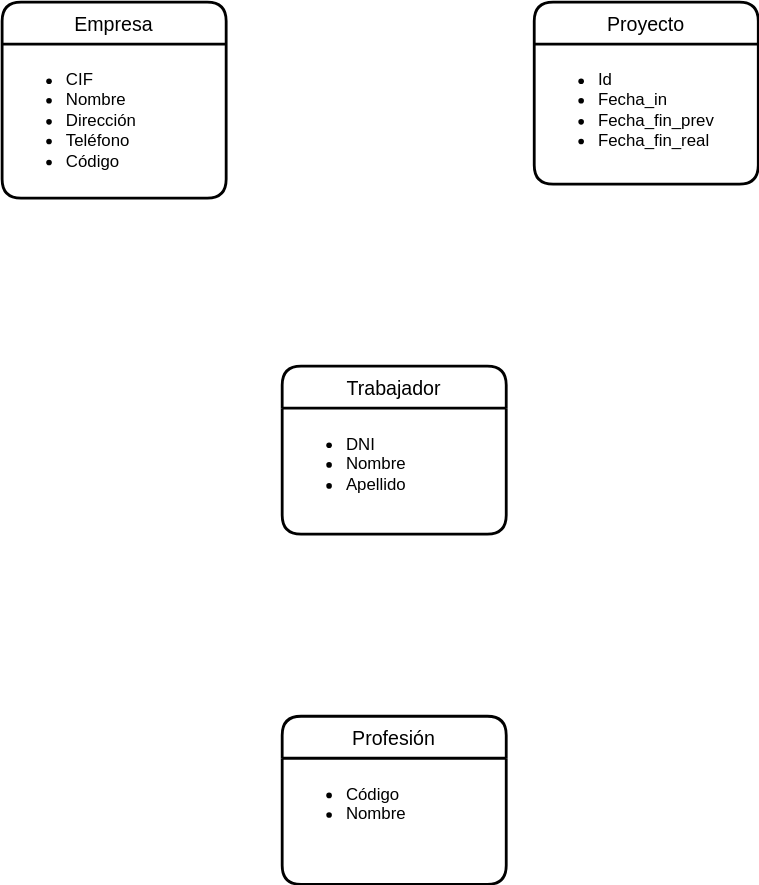
The draw.io diagram UD12-12.svg in Jimxx22/C3-UD11-UML, before a commit. Source tidied: cells renumbered, new cells last; positions are measured from the earlier drawing's top-left corner, leaving out a move shared by most shapes.
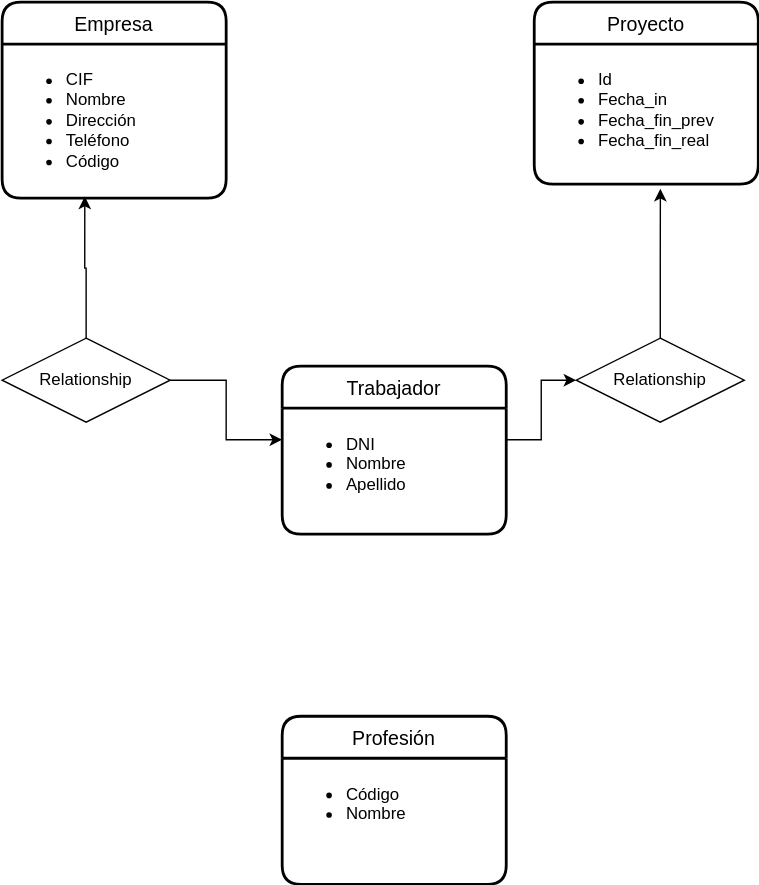
After the commit.

Change to the diagram source:
```diff
@@ -26,5 +26,23 @@
     <mxCell id="9" value="&lt;ul&gt;&lt;li&gt;Código&lt;/li&gt;&lt;li&gt;Nombre&lt;/li&gt;&lt;/ul&gt;" style="align=left;strokeColor=none;fillColor=none;spacingLeft=4;fontSize=12;verticalAlign=top;html=1;" parent="8" vertex="1">
       <mxGeometry y="30" width="160" height="90" as="geometry" />
     </mxCell>
+    <mxCell id="10" style="edgeStyle=orthogonalEdgeStyle;rounded=0;jettySize=auto;html=1;exitX=1;exitY=0.5;exitDx=0;exitDy=0;entryX=0;entryY=0.25;entryDx=0;entryDy=0;" parent="1" edge="1" source="12" target="7">
+      <mxGeometry relative="1" as="geometry" />
+    </mxCell>
+    <mxCell id="11" style="edgeStyle=orthogonalEdgeStyle;rounded=0;jettySize=auto;html=1;exitX=0.5;exitY=0;exitDx=0;exitDy=0;entryX=0.369;entryY=0.989;entryDx=0;entryDy=0;entryPerimeter=0;" parent="1" edge="1" source="12" target="3">
+      <mxGeometry relative="1" as="geometry" />
+    </mxCell>
+    <mxCell id="12" value="Relationship" style="shape=rhombus;perimeter=rhombusPerimeter;whiteSpace=wrap;html=1;align=center;" parent="1" vertex="1">
+      <mxGeometry y="240" width="120" height="60" as="geometry" />
+    </mxCell>
+    <mxCell id="13" style="edgeStyle=orthogonalEdgeStyle;rounded=0;jettySize=auto;html=1;exitX=0.5;exitY=0;exitDx=0;exitDy=0;entryX=0.563;entryY=1.033;entryDx=0;entryDy=0;entryPerimeter=0;" parent="1" edge="1" source="14" target="5">
+      <mxGeometry relative="1" as="geometry" />
+    </mxCell>
+    <mxCell id="14" value="Relationship" style="shape=rhombus;perimeter=rhombusPerimeter;whiteSpace=wrap;html=1;align=center;" parent="1" vertex="1">
+      <mxGeometry x="410" y="240" width="120" height="60" as="geometry" />
+    </mxCell>
+    <mxCell id="15" style="edgeStyle=orthogonalEdgeStyle;rounded=0;jettySize=auto;html=1;exitX=1;exitY=0.25;exitDx=0;exitDy=0;" parent="1" edge="1" source="7" target="14">
+      <mxGeometry relative="1" as="geometry" />
+    </mxCell>
   </root>
 </mxGraphModel>
```
